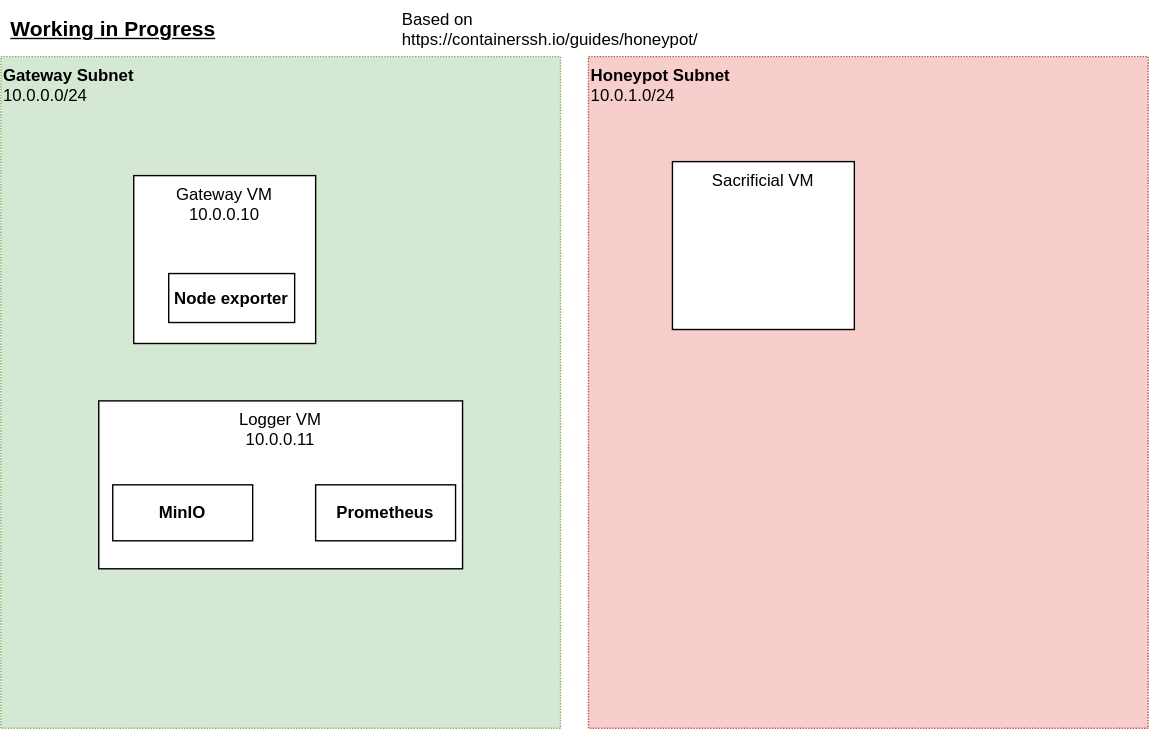
The draw.io diagram diagrams/infra.drawio.svg in paseaf/ContainerSSH-honeypot, before a commit. Source tidied: cells renumbered, new cells last; positions are measured from the earlier drawing's top-left corner, leaving out a move shared by most shapes. Its diagram source:
```xml
<mxGraphModel>
  <root>
    <mxCell id="0" />
    <mxCell id="1" parent="0" />
    <mxCell id="2" value="Honeypot Subnet&lt;br&gt;&lt;span style=&quot;font-weight: 400 ; text-align: center&quot;&gt;10.0.1.0/24&lt;/span&gt;" style="rounded=0;whiteSpace=wrap;html=1;fillColor=#f8cecc;dashed=1;dashPattern=1 1;strokeColor=#b85450;verticalAlign=top;fontStyle=1;align=left;" parent="1" vertex="1">
      <mxGeometry x="420" y="40" width="400" height="480" as="geometry" />
    </mxCell>
    <mxCell id="3" value="Gateway Subnet&lt;br&gt;&lt;span style=&quot;font-weight: 400 ; text-align: center&quot;&gt;10.0.0.0/24&lt;/span&gt;" style="rounded=0;whiteSpace=wrap;html=1;fillColor=#d5e8d4;dashed=1;dashPattern=1 1;strokeColor=#82b366;verticalAlign=top;fontStyle=1;align=left;" parent="1" vertex="1">
      <mxGeometry y="40" width="400" height="480" as="geometry" />
    </mxCell>
    <mxCell id="4" value="Gateway VM&lt;br&gt;10.0.0.10" style="rounded=0;whiteSpace=wrap;html=1;verticalAlign=top;" parent="1" vertex="1">
      <mxGeometry x="95" y="125" width="130" height="120" as="geometry" />
    </mxCell>
    <mxCell id="5" value="Sacrificial VM" style="rounded=0;whiteSpace=wrap;html=1;verticalAlign=top;" parent="1" vertex="1">
      <mxGeometry x="480" y="115" width="130" height="120" as="geometry" />
    </mxCell>
    <mxCell id="6" value="Based on https://containerssh.io/guides/honeypot/" style="text;whiteSpace=wrap;html=1;" parent="1" vertex="1">
      <mxGeometry x="285" width="240" height="30" as="geometry" />
    </mxCell>
    <mxCell id="7" value="Logger VM&lt;br&gt;10.0.0.11" style="rounded=0;whiteSpace=wrap;html=1;verticalAlign=top;" parent="1" vertex="1">
      <mxGeometry x="70" y="286" width="260" height="120" as="geometry" />
    </mxCell>
    <mxCell id="8" value="Prometheus" style="whiteSpace=wrap;html=1;fontStyle=1;" parent="1" vertex="1">
      <mxGeometry x="225" y="346" width="100" height="40" as="geometry" />
    </mxCell>
    <mxCell id="9" value="MinIO" style="whiteSpace=wrap;html=1;fontStyle=1;" parent="1" vertex="1">
      <mxGeometry x="80" y="346" width="100" height="40" as="geometry" />
    </mxCell>
    <mxCell id="10" value="&lt;u&gt;&lt;font style=&quot;font-size: 15px&quot;&gt;Working in Progress&lt;/font&gt;&lt;/u&gt;" style="text;html=1;align=center;verticalAlign=middle;strokeColor=none;fillColor=none;fontStyle=1;" parent="1" vertex="1">
      <mxGeometry y="10" width="160" height="20" as="geometry" />
    </mxCell>
    <mxCell id="11" value="Node exporter" style="whiteSpace=wrap;html=1;fontStyle=1;" parent="1" vertex="1">
      <mxGeometry x="120" y="195" width="90" height="35" as="geometry" />
    </mxCell>
  </root>
</mxGraphModel>
```
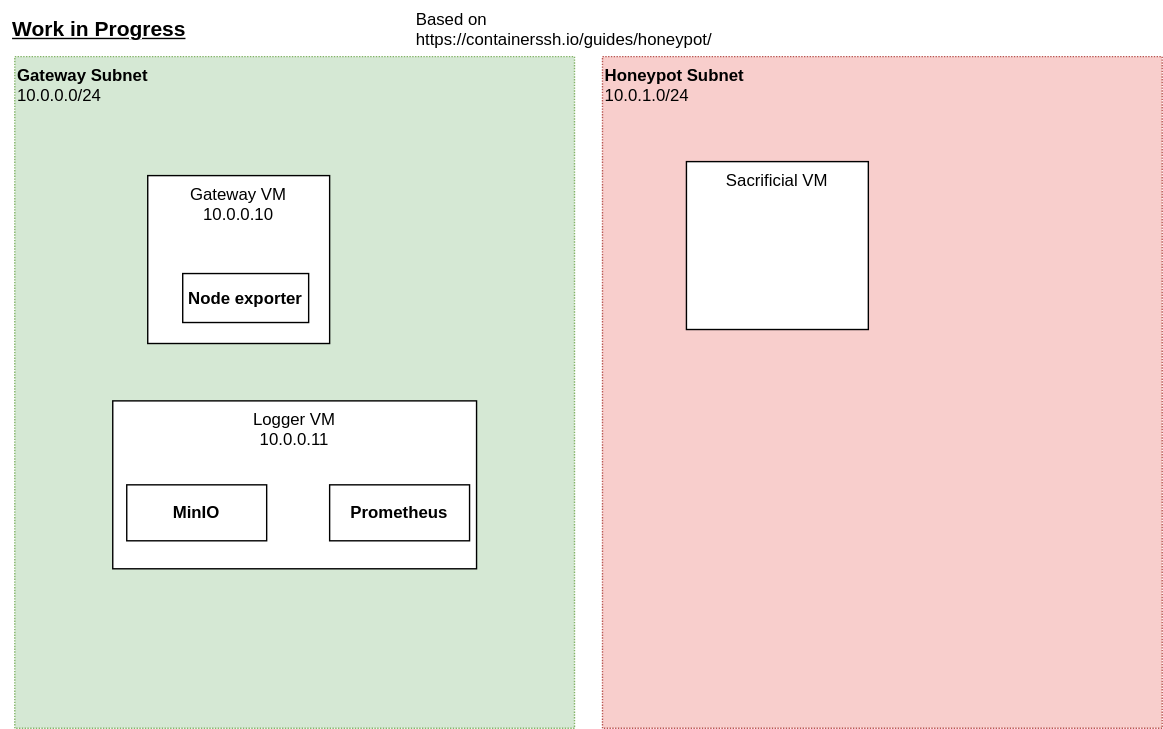
The same file after the commit.

What changed in the source:
```diff
@@ -26,8 +26,8 @@
     <mxCell id="9" value="MinIO" style="whiteSpace=wrap;html=1;fontStyle=1;" parent="1" vertex="1">
       <mxGeometry x="80" y="346" width="100" height="40" as="geometry" />
     </mxCell>
-    <mxCell id="10" value="&lt;u&gt;&lt;font style=&quot;font-size: 15px&quot;&gt;Working in Progress&lt;/font&gt;&lt;/u&gt;" style="text;html=1;align=center;verticalAlign=middle;strokeColor=none;fillColor=none;fontStyle=1;" parent="1" vertex="1">
-      <mxGeometry y="10" width="160" height="20" as="geometry" />
+    <mxCell id="10" value="&lt;u&gt;&lt;font style=&quot;font-size: 15px&quot;&gt;Work in Progress&lt;/font&gt;&lt;/u&gt;" style="text;html=1;align=center;verticalAlign=middle;strokeColor=none;fillColor=none;fontStyle=1;" parent="1" vertex="1">
+      <mxGeometry x="-10" y="10" width="140" height="20" as="geometry" />
     </mxCell>
     <mxCell id="11" value="Node exporter" style="whiteSpace=wrap;html=1;fontStyle=1;" parent="1" vertex="1">
       <mxGeometry x="120" y="195" width="90" height="35" as="geometry" />
```
